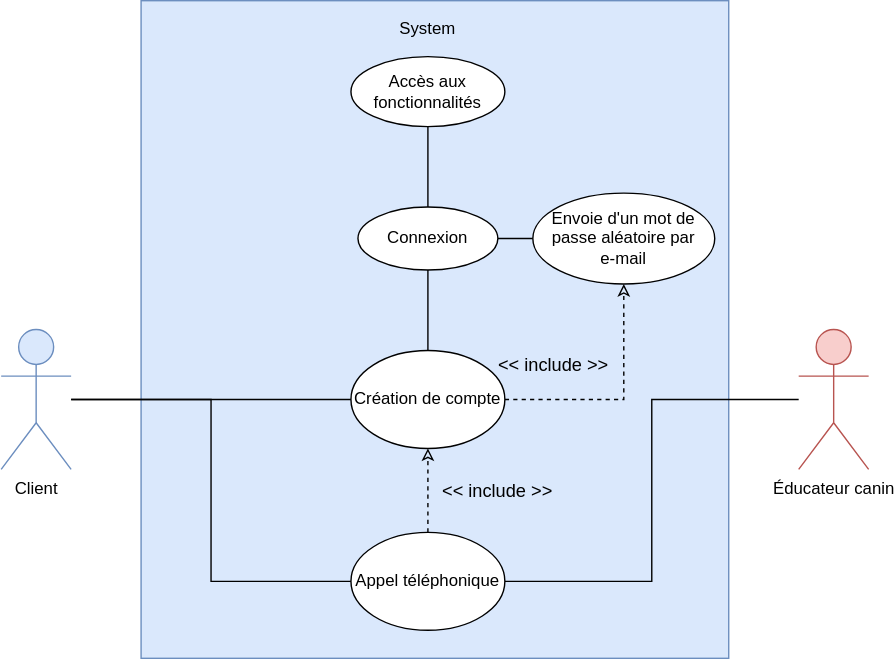
Before: documentation/diagram/useCaseInscription.svg, a diagram exported from draw.io (jonathanboreljaquet/bj-travail-diplome-2021). Source tidied: cells renumbered, new cells last; positions are measured from the earlier drawing's top-left corner, leaving out a move shared by most shapes. Source of this version:
```xml
<mxGraphModel>
  <root>
    <mxCell id="0" />
    <mxCell id="1" parent="0" />
    <mxCell id="2" style="rounded=0;whiteSpace=wrap;html=1;fillColor=#dae8fc;strokeColor=#6c8ebf;" parent="1" vertex="1">
      <mxGeometry x="100" width="420" height="470" as="geometry" />
    </mxCell>
    <mxCell id="3" style="edgeStyle=orthogonalEdgeStyle;rounded=0;jettySize=auto;html=1;entryX=0;entryY=0.5;entryDx=0;entryDy=0;endArrow=none;endFill=0;" parent="1" edge="1" source="5" target="13">
      <mxGeometry relative="1" as="geometry" />
    </mxCell>
    <mxCell id="4" style="edgeStyle=orthogonalEdgeStyle;rounded=0;jettySize=auto;html=1;entryX=0;entryY=0.5;entryDx=0;entryDy=0;endArrow=none;endFill=0;" parent="1" edge="1" source="5" target="11">
      <mxGeometry relative="1" as="geometry" />
    </mxCell>
    <mxCell id="5" value="Client" style="shape=umlActor;verticalLabelPosition=bottom;verticalAlign=top;html=1;outlineConnect=0;fillColor=#dae8fc;strokeColor=#6c8ebf;" parent="1" vertex="1">
      <mxGeometry y="235" width="50" height="100" as="geometry" />
    </mxCell>
    <mxCell id="6" value="System" style="text;html=1;strokeColor=none;fillColor=none;align=center;verticalAlign=middle;whiteSpace=wrap;rounded=0;" parent="1" vertex="1">
      <mxGeometry x="285" y="10" width="40" height="20" as="geometry" />
    </mxCell>
    <mxCell id="7" style="edgeStyle=orthogonalEdgeStyle;rounded=0;jettySize=auto;html=1;entryX=1;entryY=0.5;entryDx=0;entryDy=0;endArrow=none;endFill=0;" parent="1" edge="1" source="8" target="13">
      <mxGeometry relative="1" as="geometry" />
    </mxCell>
    <mxCell id="8" value="Éducateur canin" style="shape=umlActor;verticalLabelPosition=bottom;verticalAlign=top;html=1;outlineConnect=0;fillColor=#f8cecc;strokeColor=#b85450;" parent="1" vertex="1">
      <mxGeometry x="570" y="235" width="50" height="100" as="geometry" />
    </mxCell>
    <mxCell id="9" style="edgeStyle=orthogonalEdgeStyle;rounded=0;jettySize=auto;html=1;entryX=0.5;entryY=1;entryDx=0;entryDy=0;dashed=1;endArrow=classic;endFill=0;exitX=1;exitY=0.5;exitDx=0;exitDy=0;" parent="1" edge="1" source="11" target="16">
      <mxGeometry relative="1" as="geometry" />
    </mxCell>
    <mxCell id="10" style="edgeStyle=orthogonalEdgeStyle;rounded=0;jettySize=auto;html=1;entryX=0.5;entryY=1;entryDx=0;entryDy=0;endArrow=none;endFill=0;" parent="1" edge="1" source="11" target="18">
      <mxGeometry relative="1" as="geometry" />
    </mxCell>
    <mxCell id="11" value="Création de compte" style="ellipse;whiteSpace=wrap;html=1;" parent="1" vertex="1">
      <mxGeometry x="250" y="250" width="110" height="70" as="geometry" />
    </mxCell>
    <mxCell id="12" style="edgeStyle=orthogonalEdgeStyle;rounded=0;jettySize=auto;html=1;entryX=0.5;entryY=1;entryDx=0;entryDy=0;endArrow=classic;endFill=0;dashed=1;" parent="1" edge="1" source="13" target="11">
      <mxGeometry y="-45" relative="1" as="geometry" />
    </mxCell>
    <mxCell id="13" value="Appel téléphonique" style="ellipse;whiteSpace=wrap;html=1;" parent="1" vertex="1">
      <mxGeometry x="250" y="380" width="110" height="70" as="geometry" />
    </mxCell>
    <mxCell id="14" value="&amp;lt;&amp;lt; include &amp;gt;&amp;gt;" style="text;html=1;strokeColor=none;fillColor=none;align=center;verticalAlign=middle;whiteSpace=wrap;rounded=0;fontSize=13;" parent="1" vertex="1">
      <mxGeometry x="310" y="340" width="90" height="20" as="geometry" />
    </mxCell>
    <mxCell id="15" style="edgeStyle=orthogonalEdgeStyle;rounded=0;jettySize=auto;html=1;entryX=1;entryY=0.5;entryDx=0;entryDy=0;endArrow=none;endFill=0;" parent="1" edge="1" source="16" target="18">
      <mxGeometry relative="1" as="geometry" />
    </mxCell>
    <mxCell id="16" value="Envoie d'un mot de passe aléatoire par &lt;br&gt;e-mail" style="ellipse;whiteSpace=wrap;html=1;" parent="1" vertex="1">
      <mxGeometry x="380" y="137.5" width="130" height="65" as="geometry" />
    </mxCell>
    <mxCell id="17" style="edgeStyle=orthogonalEdgeStyle;rounded=0;jettySize=auto;html=1;entryX=0.5;entryY=1;entryDx=0;entryDy=0;endArrow=none;endFill=0;exitX=0.5;exitY=0;exitDx=0;exitDy=0;" parent="1" edge="1" source="18" target="19">
      <mxGeometry relative="1" as="geometry">
        <Array as="points">
          <mxPoint x="305" y="90" />
        </Array>
      </mxGeometry>
    </mxCell>
    <mxCell id="18" value="Connexion" style="ellipse;whiteSpace=wrap;html=1;" parent="1" vertex="1">
      <mxGeometry x="255" y="147.5" width="100" height="45" as="geometry" />
    </mxCell>
    <mxCell id="19" value="Accès aux fonctionnalités" style="ellipse;whiteSpace=wrap;html=1;" parent="1" vertex="1">
      <mxGeometry x="250" y="40" width="110" height="50" as="geometry" />
    </mxCell>
    <mxCell id="20" value="&amp;lt;&amp;lt; include &amp;gt;&amp;gt;" style="text;html=1;strokeColor=none;fillColor=none;align=center;verticalAlign=middle;whiteSpace=wrap;rounded=0;fontSize=13;" parent="1" vertex="1">
      <mxGeometry x="350" y="250" width="90" height="20" as="geometry" />
    </mxCell>
  </root>
</mxGraphModel>
```
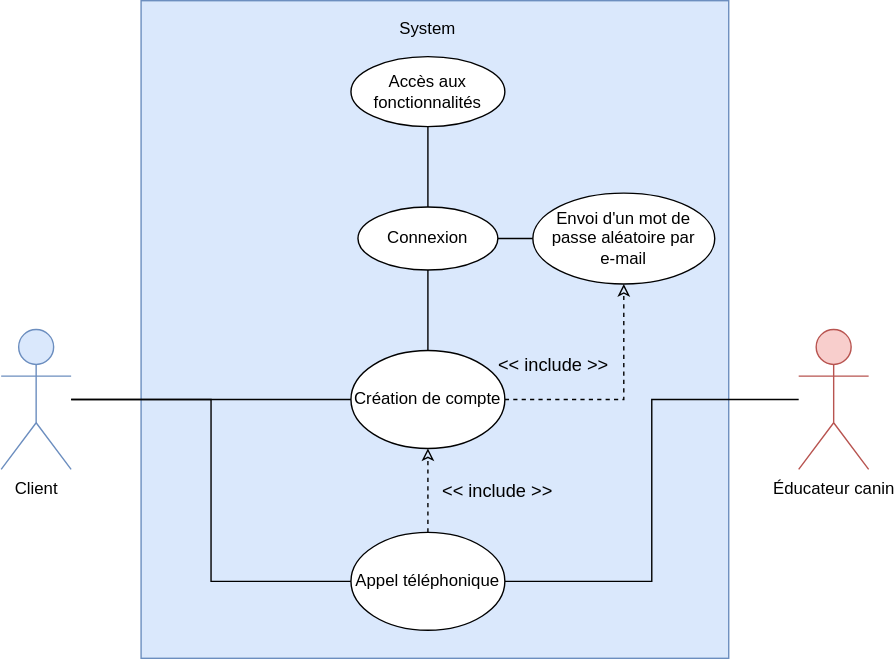
After the commit.

Change to the diagram source:
```diff
@@ -44,7 +44,7 @@
     <mxCell id="15" style="edgeStyle=orthogonalEdgeStyle;rounded=0;jettySize=auto;html=1;entryX=1;entryY=0.5;entryDx=0;entryDy=0;endArrow=none;endFill=0;" parent="1" edge="1" source="16" target="18">
       <mxGeometry relative="1" as="geometry" />
     </mxCell>
-    <mxCell id="16" value="Envoie d'un mot de passe aléatoire par &lt;br&gt;e-mail" style="ellipse;whiteSpace=wrap;html=1;" parent="1" vertex="1">
+    <mxCell id="16" value="Envoi d'un mot de passe aléatoire par &lt;br&gt;e-mail" style="ellipse;whiteSpace=wrap;html=1;" parent="1" vertex="1">
       <mxGeometry x="380" y="137.5" width="130" height="65" as="geometry" />
     </mxCell>
     <mxCell id="17" style="edgeStyle=orthogonalEdgeStyle;rounded=0;jettySize=auto;html=1;entryX=0.5;entryY=1;entryDx=0;entryDy=0;endArrow=none;endFill=0;exitX=0.5;exitY=0;exitDx=0;exitDy=0;" parent="1" edge="1" source="18" target="19">
```
